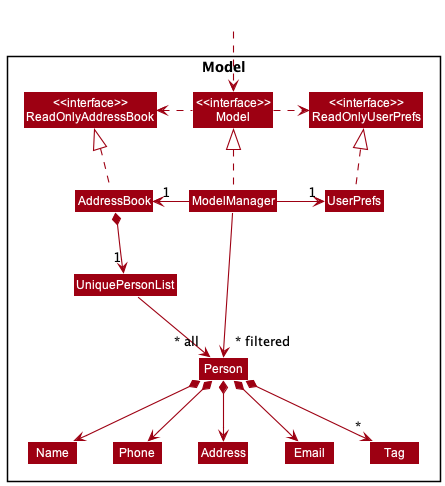
Above: docs/images/ModelClassDiagram.png in nus-cs2103-AY2223S2/tp (PlantUML), before the change.
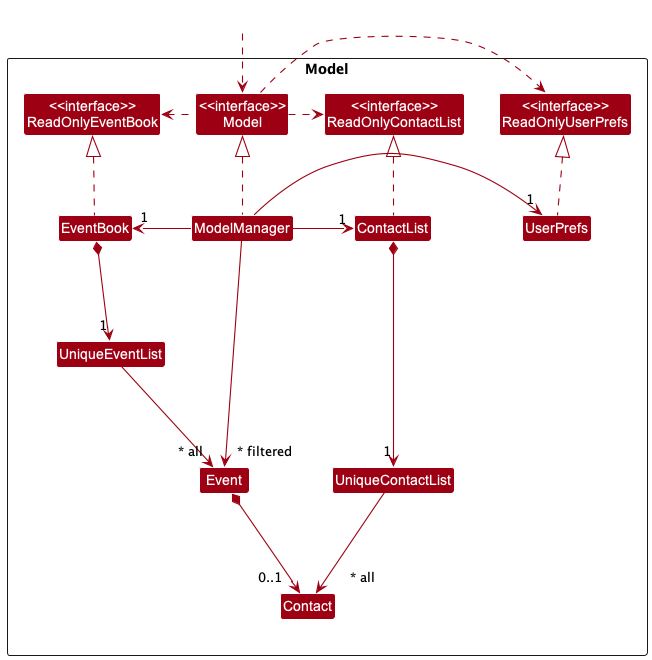
After the commit.

Diff of the diagram source:
```diff
@@ -5,46 +5,46 @@
 skinparam classBackgroundColor MODEL_COLOR
 
 Package Model <<Rectangle>>{
-Class "<<interface>>\nReadOnlyAddressBook" as ReadOnlyAddressBook
+Class "<<interface>>\nReadOnlyEventBook" as ReadOnlyEventBook
 Class "<<interface>>\nReadOnlyUserPrefs" as ReadOnlyUserPrefs
+Class "<<interface>>\nReadOnlyContactList" as ReadOnlyConatctList
 Class "<<interface>>\nModel" as Model
-Class AddressBook
+
+Class EventBook
 Class ModelManager
 Class UserPrefs
+Class ContactList
+Class Contact
 
-Class UniquePersonList
-Class Person
-Class Address
-Class Email
-Class Name
-Class Phone
-Class Tag
+Class UniqueEventList
+Class Event
 
+Class UniqueContactList
 }
 
 Class HiddenOutside #FFFFFF
 HiddenOutside ..> Model
 
-AddressBook .up.|> ReadOnlyAddressBook
+EventBook .up.|> ReadOnlyEventBook
+ContactList .up.|> ReadOnlyConatctList
 
 ModelManager .up.|> Model
 Model .right.> ReadOnlyUserPrefs
-Model .left.> ReadOnlyAddressBook
-ModelManager -left-> "1" AddressBook
+Model .left.> ReadOnlyEventBook
+Model .> ReadOnlyConatctList
+
 ModelManager -right-> "1" UserPrefs
+ModelManager -> "1" EventBook
+ModelManager -> "1" ContactList
 UserPrefs .up.|> ReadOnlyUserPrefs
 
-AddressBook *--> "1" UniquePersonList
-UniquePersonList --> "~* all" Person
-Person *--> Name
-Person *--> Phone
-Person *--> Email
-Person *--> Address
-Person *--> "*" Tag
+ContactList *--> "1" UniqueContactList
+UniqueContactList --> "     ~* all" Contact
+EventBook *--> "1" UniqueEventList
+UniqueEventList --> "~* all" Event
 
-Name -[hidden]right-> Phone
-Phone -[hidden]right-> Address
-Address -[hidden]right-> Email
+Event *--> "0..1  " Contact
 
-ModelManager -->"~* filtered" Person
+
+ModelManager -->"~* filtered" Event
 @enduml
```
